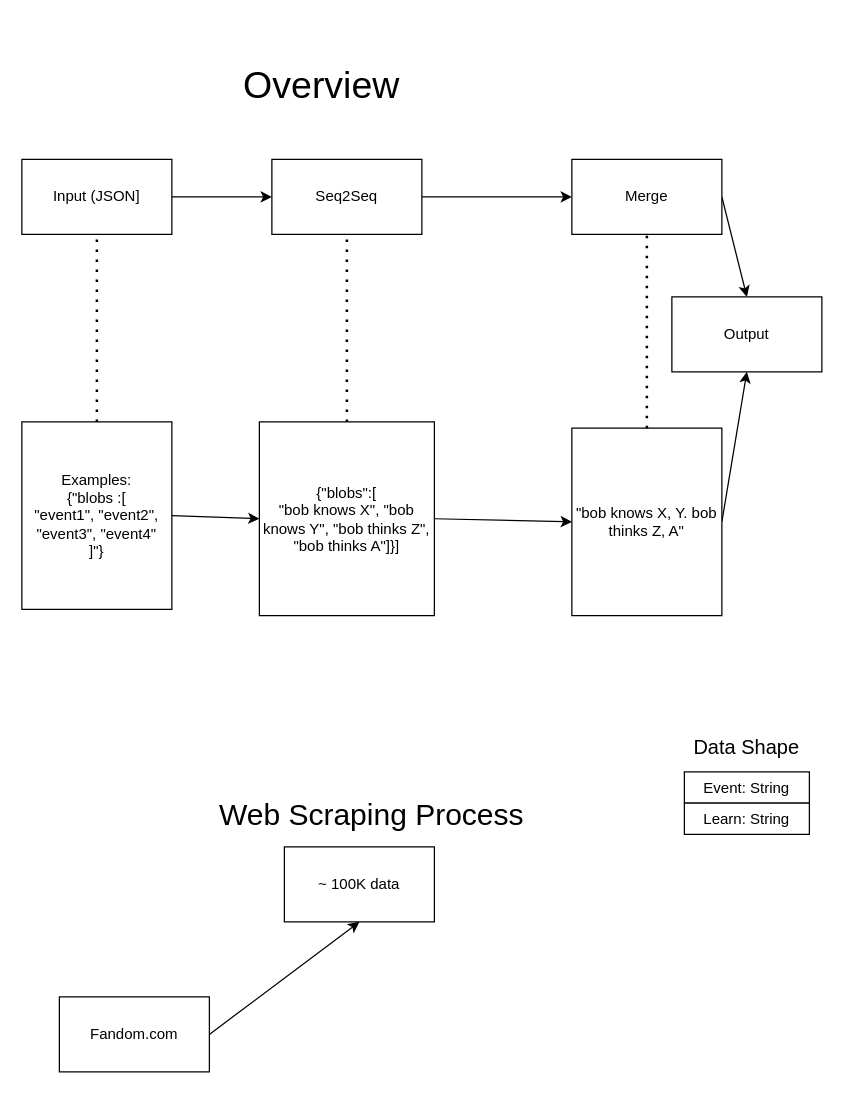
Above: diagrams/cne-contextengine.drawio in mzen17/Character-Neural-Engine (draw.io), before the change. Source tidied: cells renumbered, new cells numbered last; positions are measured from the earlier drawing's top-left corner, leaving out a move shared by most shapes. Both pictures are drawn from the tidied source at 125%, with x=0, y=0 at pixel (21, 21).
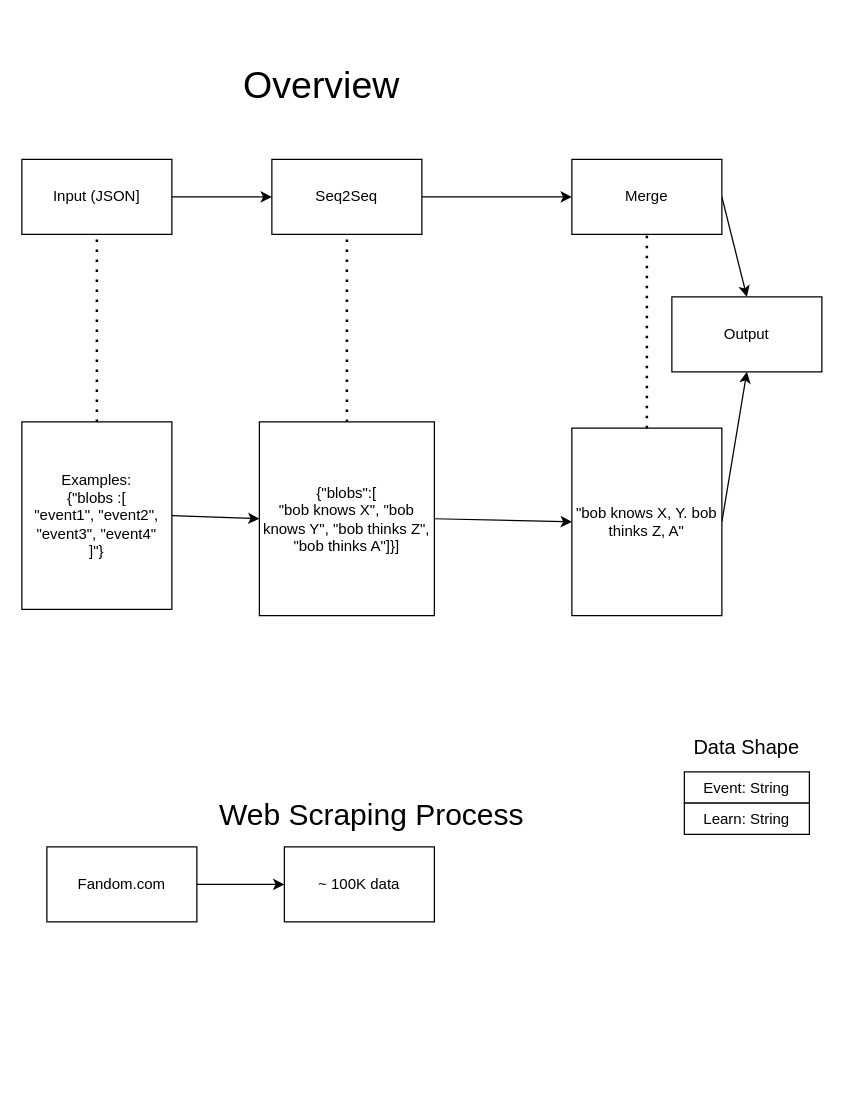
The same diagram, later.

Unchanged cells that the change refers to:
```xml
<mxCell id="19" value="~ 100K data" style="rounded=0;whiteSpace=wrap;html=1;" parent="1" vertex="1">
  <mxGeometry x="210" y="660" width="120" height="60" as="geometry" />
</mxCell>
```

What changed in the source:
```diff
@@
-    <mxCell id="21" style="edgeStyle=none;html=1;exitX=1;exitY=0.5;exitDx=0;exitDy=0;entryX=0.5;entryY=1;entryDx=0;entryDy=0;fontSize=16;" parent="1" edge="1" source="22" target="19">
+    <mxCell id="21" style="edgeStyle=none;html=1;exitX=1;exitY=0.5;exitDx=0;exitDy=0;entryX=0;entryY=0.5;entryDx=0;entryDy=0;fontSize=16;" parent="1" edge="1" source="22" target="19">
       <mxGeometry relative="1" as="geometry" />
     </mxCell>
     <mxCell id="22" value="Fandom.com" style="rounded=0;whiteSpace=wrap;html=1;" parent="1" vertex="1">
-      <mxGeometry x="30" y="780" width="120" height="60" as="geometry" />
+      <mxGeometry x="20" y="660" width="120" height="60" as="geometry" />
     </mxCell>
```
